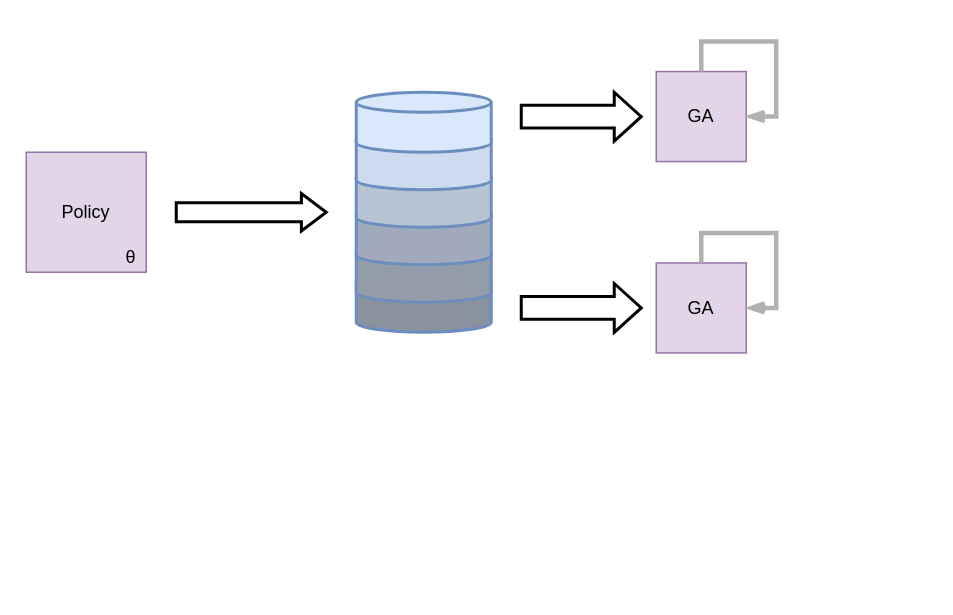
Before: EAM流程图.drawio in Tarseus/drawio, a draw.io diagram. Source tidied: cells renumbered, new cells numbered last; positions are measured from the earlier drawing's top-left corner, leaving out a move shared by most shapes. Both pictures are drawn from the tidied source at 150%, with x=0, y=0 at pixel (26, 70).
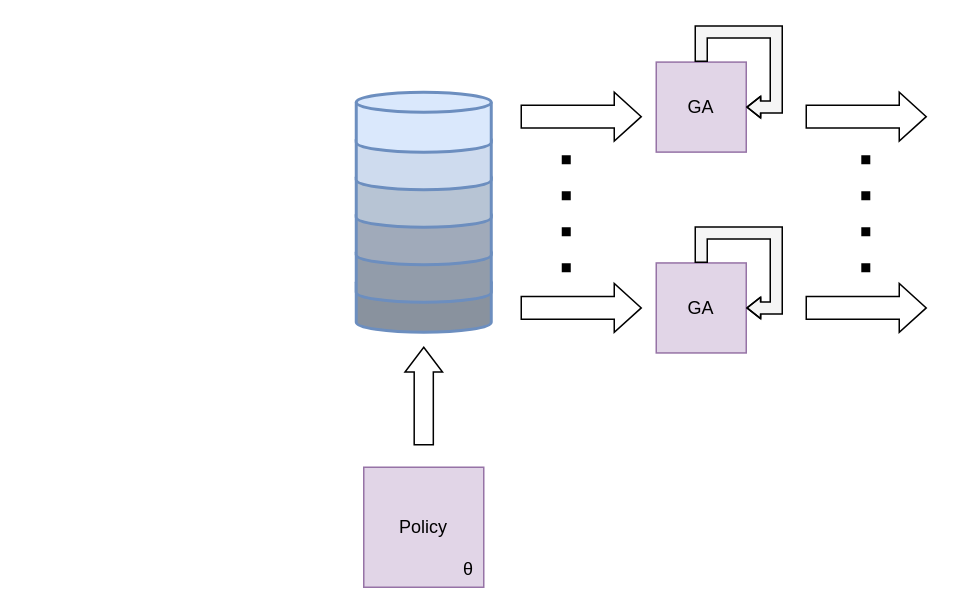
The same diagram, later.

Commit message (it also covers changes not shown here):
更新EAM流程图.drawio

The change refers to these unchanged cells:
```xml
<mxCell id="15" value="GA" style="rounded=0;whiteSpace=wrap;html=1;fillColor=#e1d5e7;strokeColor=#9673a6;" parent="1" vertex="1">
  <mxGeometry x="420" y="127.8" width="60" height="60" as="geometry" />
</mxCell>
```

What changed in the source:
```diff
@@
-    <mxCell id="2" value="Policy" style="rounded=0;whiteSpace=wrap;html=1;fillColor=#e1d5e7;strokeColor=#9673a6;" parent="1" vertex="1">
-      <mxGeometry y="54" width="80" height="80" as="geometry" />
-    </mxCell>
-    <mxCell id="3" style="verticalLabelPosition=bottom;verticalAlign=top;html=1;strokeWidth=2;shape=mxgraph.arrows2.arrow;dy=0.49;dx=16.57;notch=0;" parent="1" vertex="1">
-      <mxGeometry x="100" y="81.5" width="100" height="25" as="geometry" />
+    <mxCell id="3" style="verticalLabelPosition=bottom;verticalAlign=top;html=1;strokeWidth=1;shape=mxgraph.arrows2.arrow;dy=0.49;dx=16.57;notch=0;rotation=-90;" parent="1" vertex="1">
+      <mxGeometry x="232.5" y="204" width="65" height="25" as="geometry" />
     </mxCell>
-    <mxCell id="4" value="θ" style="text;html=1;align=center;verticalAlign=middle;whiteSpace=wrap;rounded=0;" parent="1" vertex="1">
-      <mxGeometry x="40" y="109" width="60" height="30" as="geometry" />
-    </mxCell>
-    <mxCell id="5" style="verticalLabelPosition=bottom;verticalAlign=top;html=1;strokeWidth=2;shape=mxgraph.arrows2.arrow;dy=0.53;dx=18;notch=0;" parent="1" vertex="1">
+    <mxCell id="5" style="verticalLabelPosition=bottom;verticalAlign=top;html=1;strokeWidth=1;shape=mxgraph.arrows2.arrow;dy=0.53;dx=18;notch=0;" parent="1" vertex="1">
       <mxGeometry x="330" y="14" width="80" height="32.5" as="geometry" />
     </mxCell>
-    <mxCell id="6" value="GA" style="rounded=0;whiteSpace=wrap;html=1;fillColor=#e1d5e7;strokeColor=#9673a6;" parent="1" vertex="1">
-      <mxGeometry x="420" y="0.2" width="60" height="60" as="geometry" />
-    </mxCell>
@@
-    <mxCell id="14" style="verticalLabelPosition=bottom;verticalAlign=top;html=1;strokeWidth=2;shape=mxgraph.arrows2.arrow;dy=0.53;dx=18;notch=0;" parent="1" vertex="1">
+    <mxCell id="14" style="verticalLabelPosition=bottom;verticalAlign=top;html=1;strokeWidth=1;shape=mxgraph.arrows2.arrow;dy=0.53;dx=18;notch=0;" parent="1" vertex="1">
       <mxGeometry x="330" y="141.5" width="80" height="32.5" as="geometry" />
     </mxCell>
@@
+    <mxCell id="17" style="edgeStyle=orthogonalEdgeStyle;rounded=0;orthogonalLoop=1;jettySize=auto;html=1;exitX=0.5;exitY=0;exitDx=0;exitDy=0;entryX=1;entryY=0.5;entryDx=0;entryDy=0;strokeWidth=1;endArrow=openThin;endFill=0;fillColor=#f5f5f5;strokeColor=light-dark(#000000, #555555);shape=flexArrow;endWidth=5.333333333333333;endSize=2.692;startSize=2;width=8;" parent="1" edge="1" source="15" target="15">
+      <mxGeometry relative="1" as="geometry" />
+    </mxCell>
+    <mxCell id="18" style="endArrow=none;dashed=1;html=1;dashPattern=1 3;strokeWidth=6;rounded=0;" parent="1" edge="1">
+      <mxGeometry relative="1" as="geometry">
+        <mxPoint x="360" y="134" as="sourcePoint" />
+        <mxPoint x="360" y="54" as="targetPoint" />
+      </mxGeometry>
+    </mxCell>
+    <mxCell id="19" style="group;" parent="1" vertex="1">
+      <mxGeometry x="225" y="264" width="80" height="80" as="geometry" />
+    </mxCell>
+    <mxCell id="2" value="Policy" style="rounded=0;whiteSpace=wrap;html=1;fillColor=#e1d5e7;strokeColor=#9673a6;direction=south;" parent="19" vertex="1">
+      <mxGeometry width="80" height="80" as="geometry" />
+    </mxCell>
+    <mxCell id="4" value="θ" style="text;html=1;align=center;verticalAlign=middle;whiteSpace=wrap;rounded=0;" parent="19" vertex="1">
+      <mxGeometry x="60" y="55" width="20" height="25" as="geometry" />
+    </mxCell>
+    <mxCell id="6" value="GA" style="rounded=0;whiteSpace=wrap;html=1;fillColor=#e1d5e7;strokeColor=#9673a6;" parent="1" vertex="1">
+      <mxGeometry x="420" y="-6.1" width="60" height="60" as="geometry" />
+    </mxCell>
-    <mxCell id="16" style="edgeStyle=orthogonalEdgeStyle;rounded=0;orthogonalLoop=1;jettySize=auto;html=1;exitX=0.5;exitY=0;exitDx=0;exitDy=0;entryX=1;entryY=0.5;entryDx=0;entryDy=0;strokeWidth=3;endArrow=openThin;endFill=0;fillColor=#f5f5f5;strokeColor=#B1B1B1;" parent="1" edge="1" source="6" target="6">
+    <mxCell id="16" style="edgeStyle=orthogonalEdgeStyle;rounded=0;orthogonalLoop=1;jettySize=auto;html=1;exitX=0.5;exitY=0;exitDx=0;exitDy=0;entryX=1;entryY=0.5;entryDx=0;entryDy=0;strokeWidth=1;endArrow=openThin;endFill=0;fillColor=#f5f5f5;strokeColor=light-dark(#000000, #555555);shape=flexArrow;endWidth=5.333333333333333;endSize=2.692;startSize=2;width=8;" parent="1" edge="1" source="6" target="6">
       <mxGeometry relative="1" as="geometry" />
     </mxCell>
-    <mxCell id="17" style="edgeStyle=orthogonalEdgeStyle;rounded=0;orthogonalLoop=1;jettySize=auto;html=1;exitX=0.5;exitY=0;exitDx=0;exitDy=0;entryX=1;entryY=0.5;entryDx=0;entryDy=0;strokeWidth=3;endArrow=openThin;endFill=0;fillColor=#f5f5f5;strokeColor=#B1B1B1;" parent="1" edge="1" source="15" target="15">
-      <mxGeometry relative="1" as="geometry" />
-    </mxCell>
+    <mxCell id="20" style="verticalLabelPosition=bottom;verticalAlign=top;html=1;strokeWidth=1;shape=mxgraph.arrows2.arrow;dy=0.53;dx=18;notch=0;" parent="1" vertex="1">
+      <mxGeometry x="520" y="14" width="80" height="32.5" as="geometry" />
+    </mxCell>
+    <mxCell id="21" style="verticalLabelPosition=bottom;verticalAlign=top;html=1;strokeWidth=1;shape=mxgraph.arrows2.arrow;dy=0.53;dx=18;notch=0;" parent="1" vertex="1">
+      <mxGeometry x="520" y="141.5" width="80" height="32.5" as="geometry" />
+    </mxCell>
+    <mxCell id="22" style="endArrow=none;dashed=1;html=1;dashPattern=1 3;strokeWidth=6;rounded=0;" parent="1" edge="1">
+      <mxGeometry relative="1" as="geometry">
+        <mxPoint x="559.7" y="134" as="sourcePoint" />
+        <mxPoint x="559.7" y="54" as="targetPoint" />
+      </mxGeometry>
+    </mxCell>
```
